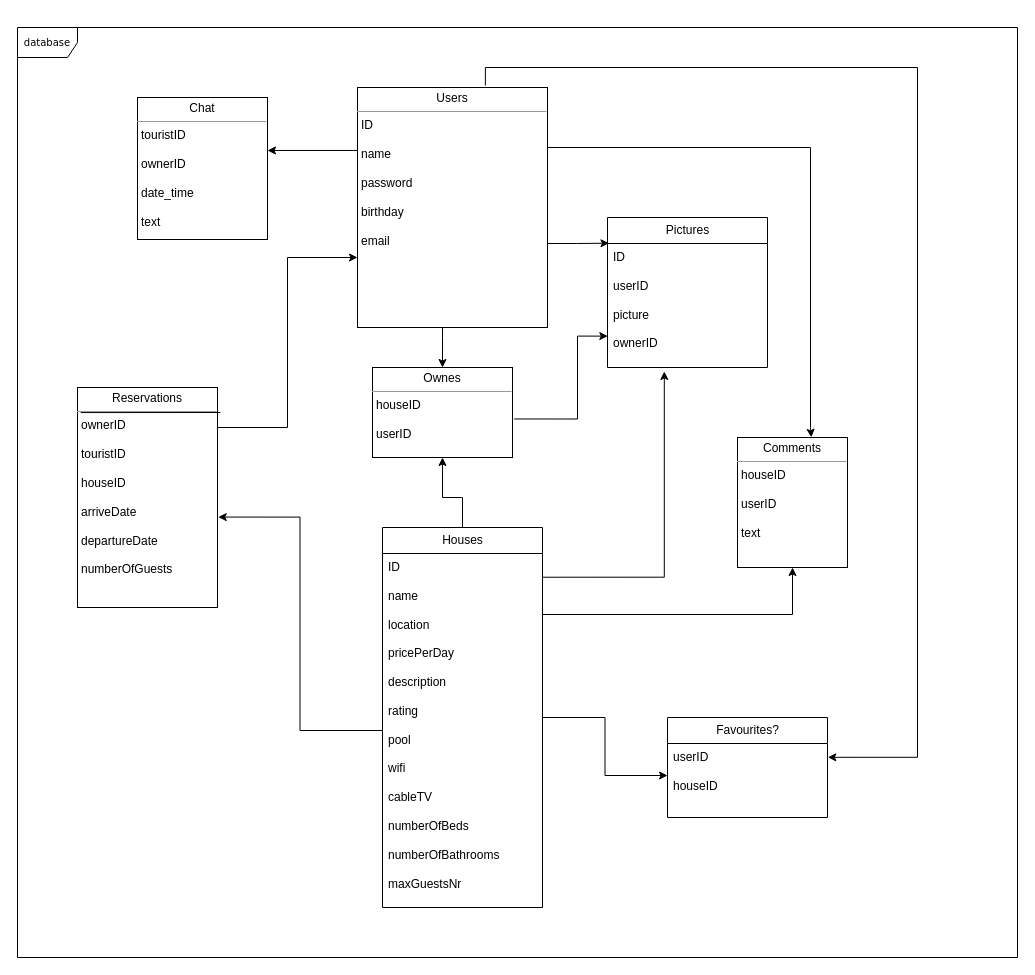
The draw.io diagram Final Project/database/UMLs/database.drawio in bgarrido7/feup-ltw, before the edit. Source tidied: cells renumbered, new cells numbered last; positions are measured from the earlier drawing's top-left corner, leaving out a move shared by most shapes. Both pictures are drawn from the tidied source at 100%, with x=0, y=0 at pixel (17, 27).
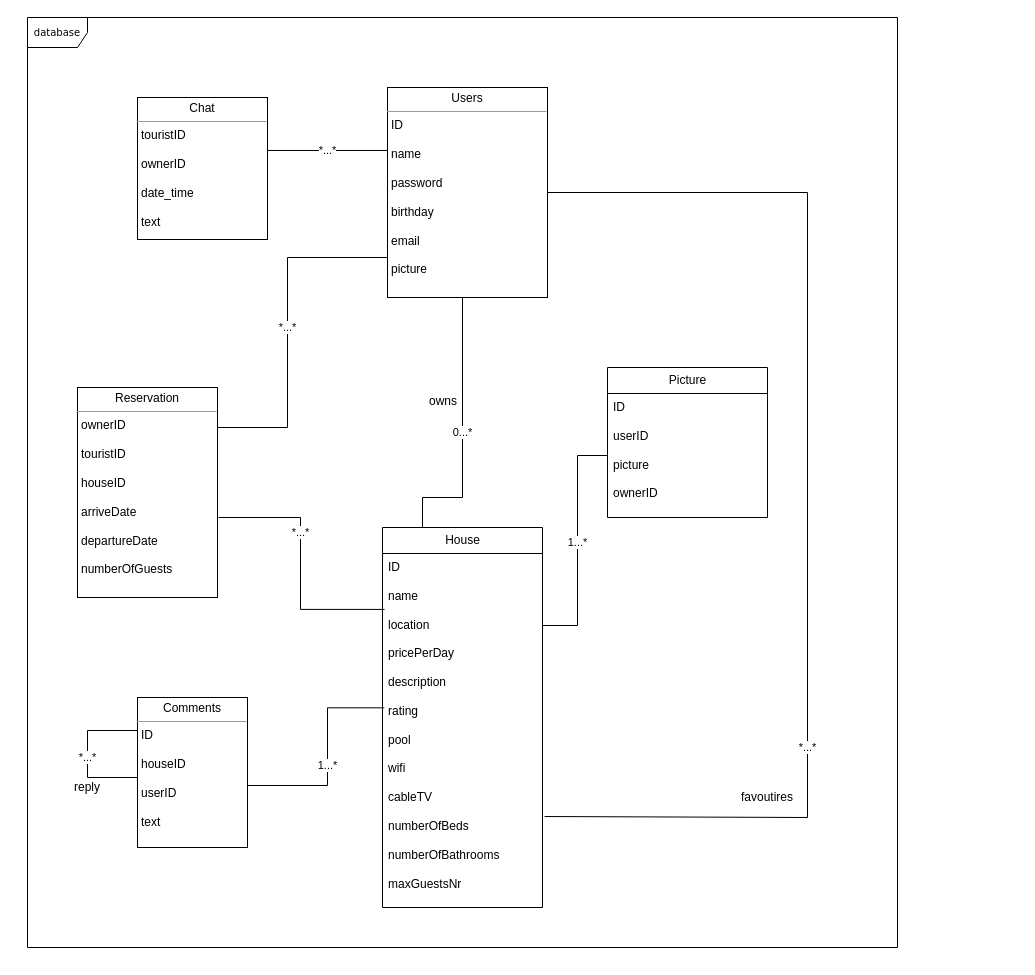
After the change.

Commit message (it also covers changes not shown here):
updated database uml

Unchanged cells that the change refers to:
```xml
<mxCell id="6" value="&lt;div&gt;ID&lt;/div&gt;&lt;div&gt;&lt;br&gt;&lt;/div&gt;&lt;div&gt;name&lt;/div&gt;&lt;div&gt;&lt;br&gt;&lt;/div&gt;&lt;div&gt;location&lt;/div&gt;&lt;div&gt;&lt;br&gt;&lt;/div&gt;&lt;div&gt;pricePerDay&lt;/div&gt;&lt;div&gt;&lt;br&gt;&lt;/div&gt;&lt;div&gt;description&lt;/div&gt;&lt;div&gt;&lt;br&gt;&lt;/div&gt;&lt;div&gt;rating&lt;/div&gt;&lt;div&gt;&lt;br&gt;&lt;/div&gt;&lt;div&gt;pool&lt;/div&gt;&lt;div&gt;&lt;br&gt;&lt;/div&gt;&lt;div&gt;wifi&lt;/div&gt;&lt;div&gt;&lt;br&gt;&lt;/div&gt;&lt;div&gt;cableTV&lt;/div&gt;&lt;div&gt;&lt;br&gt;&lt;/div&gt;&lt;div&gt;numberOfBeds&lt;/div&gt;&lt;div&gt;&lt;br&gt;&lt;/div&gt;&lt;div&gt;numberOfBathrooms&lt;/div&gt;&lt;div&gt;&lt;br&gt;&lt;/div&gt;&lt;div&gt;maxGuestsNr&lt;br&gt;&lt;/div&gt;" style="text;html=1;strokeColor=none;fillColor=none;align=left;verticalAlign=top;spacingLeft=4;spacingRight=4;whiteSpace=wrap;overflow=hidden;points=[[0,0.5],[1,0.5]];portConstraint=eastwest;" parent="5" vertex="1">
  <mxGeometry y="26" width="160" height="354" as="geometry" />
</mxCell>
<mxCell id="8" value="&lt;p style=&quot;margin: 0px ; margin-top: 4px ; text-align: center&quot;&gt;Chat&lt;/p&gt;&lt;hr size=&quot;1&quot;&gt;&lt;p style=&quot;margin: 0px ; margin-left: 4px&quot;&gt;touristID&lt;/p&gt;&lt;p style=&quot;margin: 0px ; margin-left: 4px&quot;&gt;&lt;br&gt;&lt;/p&gt;&lt;p style=&quot;margin: 0px ; margin-left: 4px&quot;&gt;ownerID&lt;/p&gt;&lt;p style=&quot;margin: 0px ; margin-left: 4px&quot;&gt;&lt;br&gt;&lt;/p&gt;&lt;p style=&quot;margin: 0px ; margin-left: 4px&quot;&gt;date_time&lt;br&gt;&lt;/p&gt;&lt;p style=&quot;margin: 0px ; margin-left: 4px&quot;&gt;&lt;br&gt;&lt;/p&gt;&lt;p style=&quot;margin: 0px ; margin-left: 4px&quot;&gt;text&lt;/p&gt;&lt;p style=&quot;margin: 0px ; margin-left: 4px&quot;&gt;&lt;br&gt;&lt;/p&gt;&lt;p style=&quot;margin: 0px ; margin-left: 4px&quot;&gt;&lt;br&gt;&lt;/p&gt;&lt;hr size=&quot;1&quot;&gt;" style="verticalAlign=top;align=left;overflow=fill;fontSize=12;fontFamily=Helvetica;html=1;rounded=0;shadow=0;comic=0;labelBackgroundColor=none;strokeColor=#000000;strokeWidth=1;fillColor=#ffffff;" parent="1" vertex="1">
  <mxGeometry x="120" y="70" width="130" height="142" as="geometry" />
</mxCell>
<mxCell id="23" value="&lt;div&gt;ID&lt;/div&gt;&lt;div&gt;&lt;br&gt;&lt;/div&gt;&lt;div&gt;userID&lt;/div&gt;&lt;div&gt;&lt;br&gt;&lt;/div&gt;&lt;div&gt;picture&lt;/div&gt;&lt;div&gt;&lt;br&gt;&lt;/div&gt;&lt;div&gt;ownerID&lt;br&gt;&lt;/div&gt;" style="text;html=1;strokeColor=none;fillColor=none;align=left;verticalAlign=top;spacingLeft=4;spacingRight=4;whiteSpace=wrap;overflow=hidden;points=[[0,0.5],[1,0.5]];portConstraint=eastwest;" parent="22" vertex="1">
  <mxGeometry y="26" width="160" height="124" as="geometry" />
</mxCell>
```

Change to the diagram source:
```diff
@@
     <mxCell id="2" value="&lt;div&gt;database&lt;/div&gt;" style="shape=umlFrame;whiteSpace=wrap;html=1;rounded=0;shadow=0;comic=0;labelBackgroundColor=none;strokeColor=#000000;strokeWidth=1;fillColor=#ffffff;fontFamily=Verdana;fontSize=10;fontColor=#000000;align=center;" parent="1" vertex="1">
-      <mxGeometry width="1000" height="930" as="geometry" />
+      <mxGeometry x="10" y="-10" width="870" height="930" as="geometry" />
     </mxCell>
-    <mxCell id="3" style="edgeStyle=orthogonalEdgeStyle;rounded=0;jettySize=auto;html=1;entryX=0.5;entryY=1;entryDx=0;entryDy=0;exitX=0.5;exitY=0;exitDx=0;exitDy=0;" parent="1" edge="1" source="5" target="10">
+    <mxCell id="3" value="&lt;div&gt;0...*&lt;br&gt;&lt;/div&gt;" style="edgeStyle=orthogonalEdgeStyle;rounded=0;jettySize=auto;html=1;endArrow=none;endFill=0;exitX=0.25;exitY=0;exitDx=0;exitDy=0;" parent="1" edge="1" source="5" target="16">
       <mxGeometry relative="1" as="geometry">
         <Array as="points">
-          <mxPoint x="444" y="470" />
-          <mxPoint x="424" y="470" />
+          <mxPoint x="405" y="470" />
+          <mxPoint x="445" y="470" />
         </Array>
       </mxGeometry>
     </mxCell>
-    <mxCell id="4" style="edgeStyle=orthogonalEdgeStyle;rounded=0;jettySize=auto;html=1;" parent="1" edge="1" source="5" target="26">
-      <mxGeometry relative="1" as="geometry" />
-    </mxCell>
-    <mxCell id="5" value="&lt;font style=&quot;font-size: 12px&quot; face=&quot;Helvetica&quot;&gt;Houses&lt;/font&gt;" style="swimlane;html=1;fontStyle=0;horizontal=1;startSize=26;fillColor=none;swimlaneFillColor=#ffffff;rounded=0;shadow=0;comic=0;labelBackgroundColor=none;strokeColor=#000000;strokeWidth=1;fontFamily=Verdana;fontSize=10;fontColor=#000000;align=center;" parent="1" vertex="1">
+    <mxCell id="5" value="&lt;font style=&quot;font-size: 12px&quot; face=&quot;Helvetica&quot;&gt;House&lt;/font&gt;" style="swimlane;html=1;fontStyle=0;horizontal=1;startSize=26;fillColor=none;swimlaneFillColor=#ffffff;rounded=0;shadow=0;comic=0;labelBackgroundColor=none;strokeColor=#000000;strokeWidth=1;fontFamily=Verdana;fontSize=10;fontColor=#000000;align=center;" parent="1" vertex="1">
       <mxGeometry x="365" y="500" width="160" height="380" as="geometry" />
     </mxCell>
@@
-    <mxCell id="9" style="edgeStyle=orthogonalEdgeStyle;rounded=0;jettySize=auto;html=1;exitX=1.012;exitY=0.572;exitDx=0;exitDy=0;exitPerimeter=0;entryX=0.002;entryY=0.747;entryDx=0;entryDy=0;entryPerimeter=0;" parent="1" edge="1" source="10" target="23">
-      <mxGeometry relative="1" as="geometry">
-        <Array as="points">
-          <mxPoint x="560" y="391" />
-          <mxPoint x="560" y="309" />
-        </Array>
-      </mxGeometry>
-    </mxCell>
-    <mxCell id="10" value="&lt;p style=&quot;margin: 0px ; margin-top: 4px ; text-align: center&quot;&gt;Ownes&lt;br&gt;&lt;/p&gt;&lt;hr size=&quot;1&quot;&gt;&lt;p style=&quot;margin: 0px ; margin-left: 4px&quot;&gt;houseID&lt;/p&gt;&lt;p style=&quot;margin: 0px ; margin-left: 4px&quot;&gt;&lt;br&gt;&lt;/p&gt;&lt;p style=&quot;margin: 0px ; margin-left: 4px&quot;&gt;userID&lt;/p&gt;" style="verticalAlign=top;align=left;overflow=fill;fontSize=12;fontFamily=Helvetica;html=1;rounded=0;shadow=0;comic=0;labelBackgroundColor=none;strokeColor=#000000;strokeWidth=1;fillColor=#ffffff;" parent="1" vertex="1">
-      <mxGeometry x="355" y="340" width="140" height="90" as="geometry" />
-    </mxCell>
-    <mxCell id="11" style="edgeStyle=orthogonalEdgeStyle;rounded=0;jettySize=auto;html=1;entryX=1;entryY=0.373;entryDx=0;entryDy=0;entryPerimeter=0;" parent="1" edge="1" source="16" target="8">
+    <mxCell id="11" value="*...*" style="edgeStyle=orthogonalEdgeStyle;rounded=0;jettySize=auto;html=1;entryX=1;entryY=0.373;entryDx=0;entryDy=0;entryPerimeter=0;endArrow=none;endFill=0;" parent="1" edge="1" source="16" target="8">
       <mxGeometry relative="1" as="geometry">
         <Array as="points">
           <mxPoint x="370" y="123" />
         </Array>
       </mxGeometry>
     </mxCell>
-    <mxCell id="12" style="edgeStyle=orthogonalEdgeStyle;rounded=0;jettySize=auto;html=1;" parent="1" edge="1" source="16" target="10">
-      <mxGeometry relative="1" as="geometry">
-        <Array as="points">
-          <mxPoint x="425" y="310" />
-          <mxPoint x="425" y="310" />
-        </Array>
-      </mxGeometry>
-    </mxCell>
-    <mxCell id="13" style="edgeStyle=orthogonalEdgeStyle;rounded=0;jettySize=auto;html=1;entryX=0.009;entryY=0.2;entryDx=0;entryDy=0;entryPerimeter=0;" parent="1" edge="1" source="16">
-      <mxGeometry relative="1" as="geometry">
-        <mxPoint x="591.5" y="215.7" as="targetPoint" />
-        <Array as="points">
-          <mxPoint x="560" y="216" />
-          <mxPoint x="560" y="216" />
-        </Array>
-      </mxGeometry>
-    </mxCell>
-    <mxCell id="14" style="edgeStyle=orthogonalEdgeStyle;rounded=0;jettySize=auto;html=1;entryX=0.833;entryY=0;entryDx=0;entryDy=0;entryPerimeter=0;" parent="1" edge="1" source="16">
-      <mxGeometry relative="1" as="geometry">
-        <mxPoint x="793.8" y="409.8" as="targetPoint" />
-        <Array as="points">
-          <mxPoint x="793" y="120" />
-          <mxPoint x="793" y="400" />
-        </Array>
-      </mxGeometry>
-    </mxCell>
-    <mxCell id="15" style="edgeStyle=orthogonalEdgeStyle;rounded=0;jettySize=auto;html=1;entryX=1.002;entryY=0.216;entryDx=0;entryDy=0;entryPerimeter=0;exitX=0.673;exitY=-0.008;exitDx=0;exitDy=0;exitPerimeter=0;" parent="1" edge="1" source="16" target="26">
-      <mxGeometry relative="1" as="geometry">
-        <Array as="points">
-          <mxPoint x="468" y="40" />
-          <mxPoint x="900" y="40" />
-          <mxPoint x="900" y="730" />
-        </Array>
-      </mxGeometry>
-    </mxCell>
-    <mxCell id="16" value="&lt;p style=&quot;margin: 0px ; margin-top: 4px ; text-align: center&quot;&gt;Users&lt;/p&gt;&lt;hr size=&quot;1&quot;&gt;&lt;p style=&quot;margin: 0px ; margin-left: 4px&quot;&gt;ID&lt;/p&gt;&lt;p style=&quot;margin: 0px ; margin-left: 4px&quot;&gt;&lt;br&gt;&lt;/p&gt;&lt;p style=&quot;margin: 0px ; margin-left: 4px&quot;&gt;name&lt;/p&gt;&lt;p style=&quot;margin: 0px ; margin-left: 4px&quot;&gt;&lt;br&gt;&lt;/p&gt;&lt;p style=&quot;margin: 0px ; margin-left: 4px&quot;&gt;password&lt;/p&gt;&lt;p style=&quot;margin: 0px ; margin-left: 4px&quot;&gt;&lt;br&gt;&lt;/p&gt;&lt;p style=&quot;margin: 0px ; margin-left: 4px&quot;&gt;birthday&lt;/p&gt;&lt;p style=&quot;margin: 0px ; margin-left: 4px&quot;&gt;&lt;br&gt;&lt;/p&gt;&lt;p style=&quot;margin: 0px ; margin-left: 4px&quot;&gt;email&lt;/p&gt;&lt;p style=&quot;margin: 0px ; margin-left: 4px&quot;&gt;&lt;br&gt;&lt;/p&gt;" style="verticalAlign=top;align=left;overflow=fill;fontSize=12;fontFamily=Helvetica;html=1;rounded=0;shadow=0;comic=0;labelBackgroundColor=none;strokeColor=#000000;strokeWidth=1;fillColor=#ffffff;" parent="1" vertex="1">
-      <mxGeometry x="340" y="60" width="190" height="240" as="geometry" />
+    <mxCell id="16" value="&lt;p style=&quot;margin: 0px ; margin-top: 4px ; text-align: center&quot;&gt;Users&lt;/p&gt;&lt;hr size=&quot;1&quot;&gt;&lt;p style=&quot;margin: 0px ; margin-left: 4px&quot;&gt;ID&lt;/p&gt;&lt;p style=&quot;margin: 0px ; margin-left: 4px&quot;&gt;&lt;br&gt;&lt;/p&gt;&lt;p style=&quot;margin: 0px ; margin-left: 4px&quot;&gt;name&lt;/p&gt;&lt;p style=&quot;margin: 0px ; margin-left: 4px&quot;&gt;&lt;br&gt;&lt;/p&gt;&lt;p style=&quot;margin: 0px ; margin-left: 4px&quot;&gt;password&lt;/p&gt;&lt;p style=&quot;margin: 0px ; margin-left: 4px&quot;&gt;&lt;br&gt;&lt;/p&gt;&lt;p style=&quot;margin: 0px ; margin-left: 4px&quot;&gt;birthday&lt;/p&gt;&lt;p style=&quot;margin: 0px ; margin-left: 4px&quot;&gt;&lt;br&gt;&lt;/p&gt;&lt;p style=&quot;margin: 0px ; margin-left: 4px&quot;&gt;email&lt;/p&gt;&lt;p style=&quot;margin: 0px ; margin-left: 4px&quot;&gt;&lt;br&gt;&lt;/p&gt;&lt;p style=&quot;margin: 0px ; margin-left: 4px&quot;&gt;picture&lt;br&gt;&lt;/p&gt;&lt;p style=&quot;margin: 0px ; margin-left: 4px&quot;&gt;&lt;br&gt;&lt;/p&gt;" style="verticalAlign=top;align=left;overflow=fill;fontSize=12;fontFamily=Helvetica;html=1;rounded=0;shadow=0;comic=0;labelBackgroundColor=none;strokeColor=#000000;strokeWidth=1;fillColor=#ffffff;" parent="1" vertex="1">
+      <mxGeometry x="370" y="60" width="160" height="210" as="geometry" />
     </mxCell>
-    <mxCell id="17" style="edgeStyle=orthogonalEdgeStyle;rounded=0;jettySize=auto;html=1;" parent="1" edge="1" source="18">
+    <mxCell id="17" value="*...*" style="edgeStyle=orthogonalEdgeStyle;rounded=0;jettySize=auto;html=1;endArrow=none;endFill=0;" parent="1" edge="1" source="18" target="16">
       <mxGeometry relative="1" as="geometry">
-        <mxPoint x="340" y="230" as="targetPoint" />
         <Array as="points">
           <mxPoint x="270" y="400" />
           <mxPoint x="270" y="230" />
         </Array>
       </mxGeometry>
     </mxCell>
-    <mxCell id="18" value="&lt;p style=&quot;margin: 0px ; margin-top: 4px ; text-align: center&quot;&gt;Reservations&lt;/p&gt;&lt;hr size=&quot;1&quot;&gt;&lt;p style=&quot;margin: 0px ; margin-left: 4px&quot;&gt;ownerID&lt;/p&gt;&lt;p style=&quot;margin: 0px ; margin-left: 4px&quot;&gt;&lt;br&gt;&lt;/p&gt;&lt;p style=&quot;margin: 0px ; margin-left: 4px&quot;&gt;touristID&lt;/p&gt;&lt;p style=&quot;margin: 0px ; margin-left: 4px&quot;&gt;&lt;br&gt;&lt;/p&gt;&lt;p style=&quot;margin: 0px ; margin-left: 4px&quot;&gt;houseID&lt;/p&gt;&lt;p style=&quot;margin: 0px ; margin-left: 4px&quot;&gt;&lt;br&gt;&lt;/p&gt;&lt;p style=&quot;margin: 0px ; margin-left: 4px&quot;&gt;arriveDate&lt;/p&gt;&lt;p style=&quot;margin: 0px ; margin-left: 4px&quot;&gt;&lt;br&gt;&lt;/p&gt;&lt;p style=&quot;margin: 0px ; margin-left: 4px&quot;&gt;departureDate&lt;/p&gt;&lt;p style=&quot;margin: 0px ; margin-left: 4px&quot;&gt;&lt;br&gt;&lt;/p&gt;&lt;p style=&quot;margin: 0px ; margin-left: 4px&quot;&gt;numberOfGuests&lt;br&gt;&lt;/p&gt;" style="verticalAlign=top;align=left;overflow=fill;fontSize=12;fontFamily=Helvetica;html=1;rounded=0;shadow=0;comic=0;labelBackgroundColor=none;strokeColor=#000000;strokeWidth=1;fillColor=#ffffff;" parent="1" vertex="1">
-      <mxGeometry x="60" y="360" width="140" height="220" as="geometry" />
+    <mxCell id="18" value="&lt;p style=&quot;margin: 0px ; margin-top: 4px ; text-align: center&quot;&gt;Reservation&lt;/p&gt;&lt;hr size=&quot;1&quot;&gt;&lt;p style=&quot;margin: 0px ; margin-left: 4px&quot;&gt;ownerID&lt;/p&gt;&lt;p style=&quot;margin: 0px ; margin-left: 4px&quot;&gt;&lt;br&gt;&lt;/p&gt;&lt;p style=&quot;margin: 0px ; margin-left: 4px&quot;&gt;touristID&lt;/p&gt;&lt;p style=&quot;margin: 0px ; margin-left: 4px&quot;&gt;&lt;br&gt;&lt;/p&gt;&lt;p style=&quot;margin: 0px ; margin-left: 4px&quot;&gt;houseID&lt;/p&gt;&lt;p style=&quot;margin: 0px ; margin-left: 4px&quot;&gt;&lt;br&gt;&lt;/p&gt;&lt;p style=&quot;margin: 0px ; margin-left: 4px&quot;&gt;arriveDate&lt;/p&gt;&lt;p style=&quot;margin: 0px ; margin-left: 4px&quot;&gt;&lt;br&gt;&lt;/p&gt;&lt;p style=&quot;margin: 0px ; margin-left: 4px&quot;&gt;departureDate&lt;/p&gt;&lt;p style=&quot;margin: 0px ; margin-left: 4px&quot;&gt;&lt;br&gt;&lt;/p&gt;&lt;p style=&quot;margin: 0px ; margin-left: 4px&quot;&gt;numberOfGuests&lt;br&gt;&lt;/p&gt;" style="verticalAlign=top;align=left;overflow=fill;fontSize=12;fontFamily=Helvetica;html=1;rounded=0;shadow=0;comic=0;labelBackgroundColor=none;strokeColor=#000000;strokeWidth=1;fillColor=#ffffff;" parent="1" vertex="1">
+      <mxGeometry x="60" y="360" width="140" height="210" as="geometry" />
     </mxCell>
-    <mxCell id="19" style="edgeStyle=orthogonalEdgeStyle;rounded=0;jettySize=auto;html=1;entryX=1.005;entryY=0.589;entryDx=0;entryDy=0;entryPerimeter=0;" parent="1" edge="1" source="6" target="18">
-      <mxGeometry relative="1" as="geometry" />
+    <mxCell id="19" value="&lt;div&gt;*...*&lt;br&gt;&lt;/div&gt;" style="edgeStyle=orthogonalEdgeStyle;rounded=0;jettySize=auto;html=1;endArrow=none;endFill=0;exitX=0.013;exitY=0.158;exitDx=0;exitDy=0;exitPerimeter=0;" parent="1" edge="1" source="6">
+      <mxGeometry x="0.25" relative="1" as="geometry">
+        <mxPoint x="201" y="490" as="targetPoint" />
+        <Array as="points">
+          <mxPoint x="283" y="582" />
+          <mxPoint x="283" y="490" />
+        </Array>
+      </mxGeometry>
     </mxCell>
-    <mxCell id="20" style="edgeStyle=orthogonalEdgeStyle;rounded=0;jettySize=auto;html=1;exitX=1;exitY=0.067;exitDx=0;exitDy=0;exitPerimeter=0;entryX=0.355;entryY=1.032;entryDx=0;entryDy=0;entryPerimeter=0;" parent="1" edge="1" source="6" target="23">
+    <mxCell id="20" value="&lt;div&gt;1...*&lt;/div&gt;" style="edgeStyle=orthogonalEdgeStyle;rounded=0;jettySize=auto;html=1;entryX=0;entryY=0.5;entryDx=0;entryDy=0;endArrow=none;endFill=0;" parent="1" edge="1" target="23">
       <mxGeometry relative="1" as="geometry">
+        <mxPoint x="525" y="598" as="sourcePoint" />
         <Array as="points">
-          <mxPoint x="647" y="550" />
+          <mxPoint x="560" y="598" />
+          <mxPoint x="560" y="428" />
         </Array>
       </mxGeometry>
     </mxCell>
-    <mxCell id="21" style="edgeStyle=orthogonalEdgeStyle;rounded=0;jettySize=auto;html=1;entryX=0.5;entryY=1;entryDx=0;entryDy=0;" parent="1" edge="1" source="6" target="24">
+    <mxCell id="21" value="1...*" style="edgeStyle=orthogonalEdgeStyle;rounded=0;jettySize=auto;html=1;endArrow=none;endFill=0;exitX=0.011;exitY=0.436;exitDx=0;exitDy=0;exitPerimeter=0;entryX=1;entryY=0.677;entryDx=0;entryDy=0;entryPerimeter=0;" parent="1" edge="1" source="6" target="24">
       <mxGeometry relative="1" as="geometry">
         <Array as="points">
-          <mxPoint x="775" y="587" />
+          <mxPoint x="310" y="680" />
+          <mxPoint x="310" y="758" />
         </Array>
       </mxGeometry>
     </mxCell>
-    <mxCell id="22" value="&lt;font style=&quot;font-size: 12px&quot; face=&quot;Helvetica&quot;&gt;Pictures&lt;/font&gt;" style="swimlane;html=1;fontStyle=0;horizontal=1;startSize=26;fillColor=none;swimlaneFillColor=#ffffff;rounded=0;shadow=0;comic=0;labelBackgroundColor=none;strokeColor=#000000;strokeWidth=1;fontFamily=Verdana;fontSize=10;fontColor=#000000;align=center;" parent="1" vertex="1">
-      <mxGeometry x="590" y="190" width="160" height="150" as="geometry" />
+    <mxCell id="22" value="&lt;div&gt;&lt;font style=&quot;font-size: 12px&quot; face=&quot;Helvetica&quot;&gt;Picture&lt;/font&gt;&lt;/div&gt;" style="swimlane;html=1;fontStyle=0;horizontal=1;startSize=26;fillColor=none;swimlaneFillColor=#ffffff;rounded=0;shadow=0;comic=0;labelBackgroundColor=none;strokeColor=#000000;strokeWidth=1;fontFamily=Verdana;fontSize=10;fontColor=#000000;align=center;" parent="1" vertex="1">
+      <mxGeometry x="590" y="340" width="160" height="150" as="geometry" />
     </mxCell>
@@
-    <mxCell id="24" value="&lt;p style=&quot;margin: 0px ; margin-top: 4px ; text-align: center&quot;&gt;Comments&lt;/p&gt;&lt;hr size=&quot;1&quot;&gt;&lt;p style=&quot;margin: 0px ; margin-left: 4px&quot;&gt;houseID&lt;/p&gt;&lt;p style=&quot;margin: 0px ; margin-left: 4px&quot;&gt;&lt;br&gt;&lt;/p&gt;&lt;p style=&quot;margin: 0px ; margin-left: 4px&quot;&gt;userID&lt;/p&gt;&lt;p style=&quot;margin: 0px ; margin-left: 4px&quot;&gt;&lt;br&gt;&lt;/p&gt;&lt;p style=&quot;margin: 0px ; margin-left: 4px&quot;&gt;text&lt;/p&gt;" style="verticalAlign=top;align=left;overflow=fill;fontSize=12;fontFamily=Helvetica;html=1;rounded=0;shadow=0;comic=0;labelBackgroundColor=none;strokeColor=#000000;strokeWidth=1;fillColor=#ffffff;" parent="1" vertex="1">
-      <mxGeometry x="720" y="410" width="110" height="130" as="geometry" />
+    <mxCell id="24" value="&lt;p style=&quot;margin: 0px ; margin-top: 4px ; text-align: center&quot;&gt;Comments&lt;/p&gt;&lt;hr size=&quot;1&quot;&gt;&lt;p style=&quot;margin: 0px ; margin-left: 4px&quot;&gt;ID&lt;/p&gt;&lt;p style=&quot;margin: 0px ; margin-left: 4px&quot;&gt;&lt;br&gt;&lt;/p&gt;&lt;p style=&quot;margin: 0px ; margin-left: 4px&quot;&gt;houseID&lt;/p&gt;&lt;p style=&quot;margin: 0px ; margin-left: 4px&quot;&gt;&lt;br&gt;&lt;/p&gt;&lt;p style=&quot;margin: 0px ; margin-left: 4px&quot;&gt;userID&lt;/p&gt;&lt;p style=&quot;margin: 0px ; margin-left: 4px&quot;&gt;&lt;br&gt;&lt;/p&gt;&lt;p style=&quot;margin: 0px ; margin-left: 4px&quot;&gt;text&lt;/p&gt;" style="verticalAlign=top;align=left;overflow=fill;fontSize=12;fontFamily=Helvetica;html=1;rounded=0;shadow=0;comic=0;labelBackgroundColor=none;strokeColor=#000000;strokeWidth=1;fillColor=#ffffff;" parent="1" vertex="1">
+      <mxGeometry x="120" y="670" width="110" height="150" as="geometry" />
     </mxCell>
-    <mxCell id="25" value="&lt;font style=&quot;font-size: 12px&quot; face=&quot;Helvetica&quot;&gt;Favourites?&lt;/font&gt;" style="swimlane;html=1;fontStyle=0;horizontal=1;startSize=26;fillColor=none;swimlaneFillColor=#ffffff;rounded=0;shadow=0;comic=0;labelBackgroundColor=none;strokeColor=#000000;strokeWidth=1;fontFamily=Verdana;fontSize=10;fontColor=#000000;align=center;" parent="1" vertex="1">
-      <mxGeometry x="650" y="690" width="160" height="100" as="geometry" />
-    </mxCell>
-    <mxCell id="26" value="&lt;div&gt;userID&lt;/div&gt;&lt;div&gt;&lt;br&gt;&lt;/div&gt;&lt;div&gt;houseID&lt;br&gt;&lt;/div&gt;" style="text;html=1;strokeColor=none;fillColor=none;align=left;verticalAlign=top;spacingLeft=4;spacingRight=4;whiteSpace=wrap;overflow=hidden;points=[[0,0.5],[1,0.5]];portConstraint=eastwest;" parent="25" vertex="1">
-      <mxGeometry y="26" width="160" height="64" as="geometry" />
-    </mxCell>
-    <mxCell id="27" style="endArrow=none;html=1;exitX=0.023;exitY=0.114;exitDx=0;exitDy=0;exitPerimeter=0;" parent="1" edge="1" source="18">
-      <mxGeometry relative="1" as="geometry">
-        <mxPoint x="203" y="385" as="targetPoint" />
-      </mxGeometry>
-    </mxCell>
+    <mxCell id="28" value="*...*" style="edgeStyle=orthogonalEdgeStyle;rounded=0;orthogonalLoop=1;jettySize=auto;html=1;entryX=0;entryY=0.5;entryDx=0;entryDy=0;endArrow=none;endFill=0;exitX=0;exitY=0.25;exitDx=0;exitDy=0;" parent="1" edge="1" source="24" target="24">
+      <mxGeometry x="0.04" relative="1" as="geometry">
+        <Array as="points">
+          <mxPoint x="70" y="703" />
+          <mxPoint x="70" y="750" />
+          <mxPoint x="120" y="750" />
+        </Array>
+      </mxGeometry>
+    </mxCell>
+    <mxCell id="29" value="*...*" style="edgeStyle=orthogonalEdgeStyle;rounded=0;jettySize=auto;html=1;entryX=1.013;entryY=0.743;entryDx=0;entryDy=0;exitX=1;exitY=0.5;exitDx=0;exitDy=0;endArrow=none;endFill=0;entryPerimeter=0;" parent="1" edge="1" source="16" target="6">
+      <mxGeometry x="0.42" relative="1" as="geometry">
+        <Array as="points">
+          <mxPoint x="790" y="165" />
+          <mxPoint x="790" y="790" />
+        </Array>
+      </mxGeometry>
+    </mxCell>
+    <mxCell id="30" value="favoutires" style="text;html=1;strokeColor=none;fillColor=none;align=center;verticalAlign=middle;whiteSpace=wrap;rounded=0;" parent="1" vertex="1">
+      <mxGeometry x="730" y="760" width="40" height="20" as="geometry" />
+    </mxCell>
+    <mxCell id="31" value="owns" style="text;html=1;" parent="1" vertex="1">
+      <mxGeometry x="410" y="360" width="50" height="30" as="geometry" />
+    </mxCell>
+    <mxCell id="32" value="reply" style="text;html=1;strokeColor=none;fillColor=none;align=center;verticalAlign=middle;whiteSpace=wrap;rounded=0;" parent="1" vertex="1">
+      <mxGeometry x="50" y="750" width="40" height="20" as="geometry" />
+    </mxCell>
```
